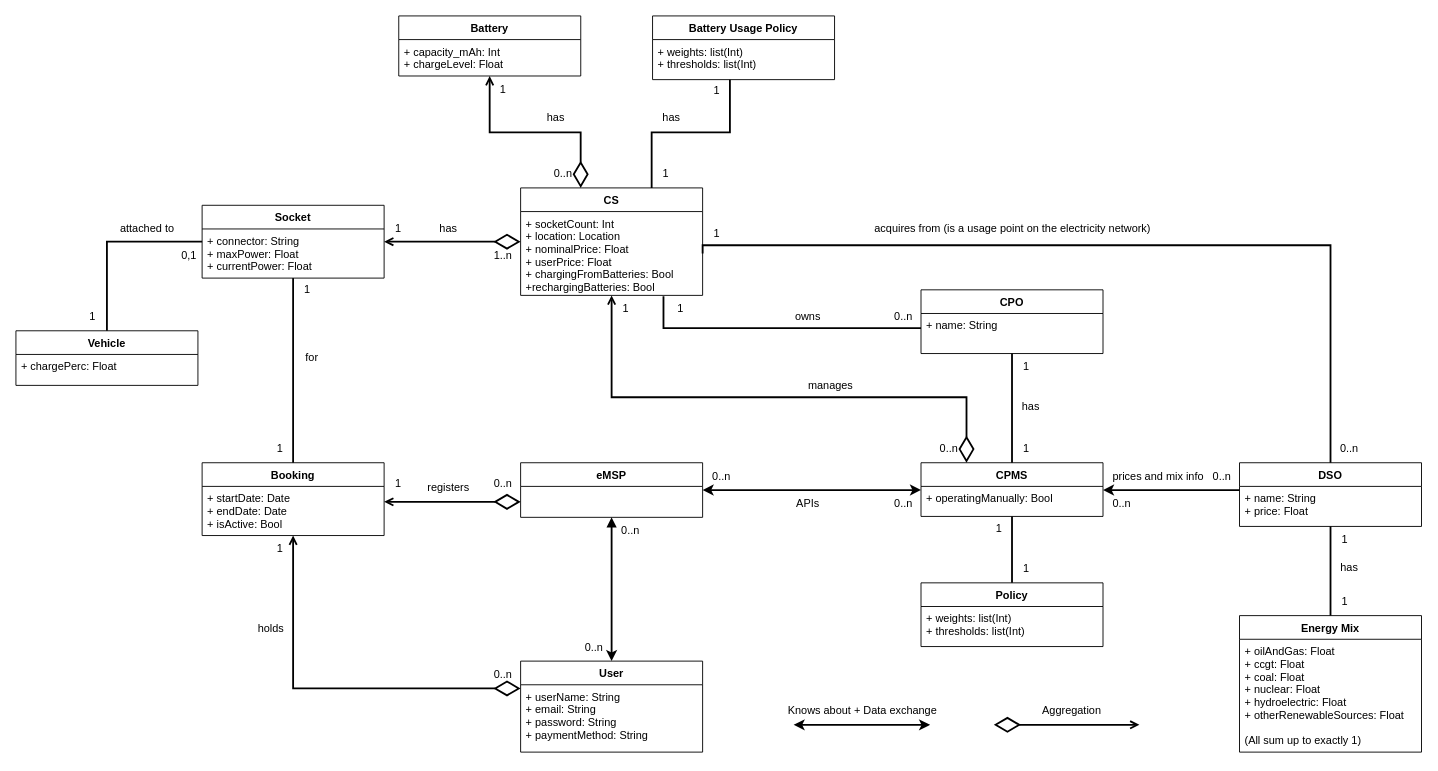
The draw.io diagram RASD/UML.drawio in EMJzero/SoftwareEngineeringII-project, before the edit. Source tidied: cells renumbered, new cells numbered last; positions are measured from the earlier drawing's top-left corner, leaving out a move shared by most shapes. Both pictures are drawn from the tidied source at 91%, with x=0, y=0 at pixel (15, 15).
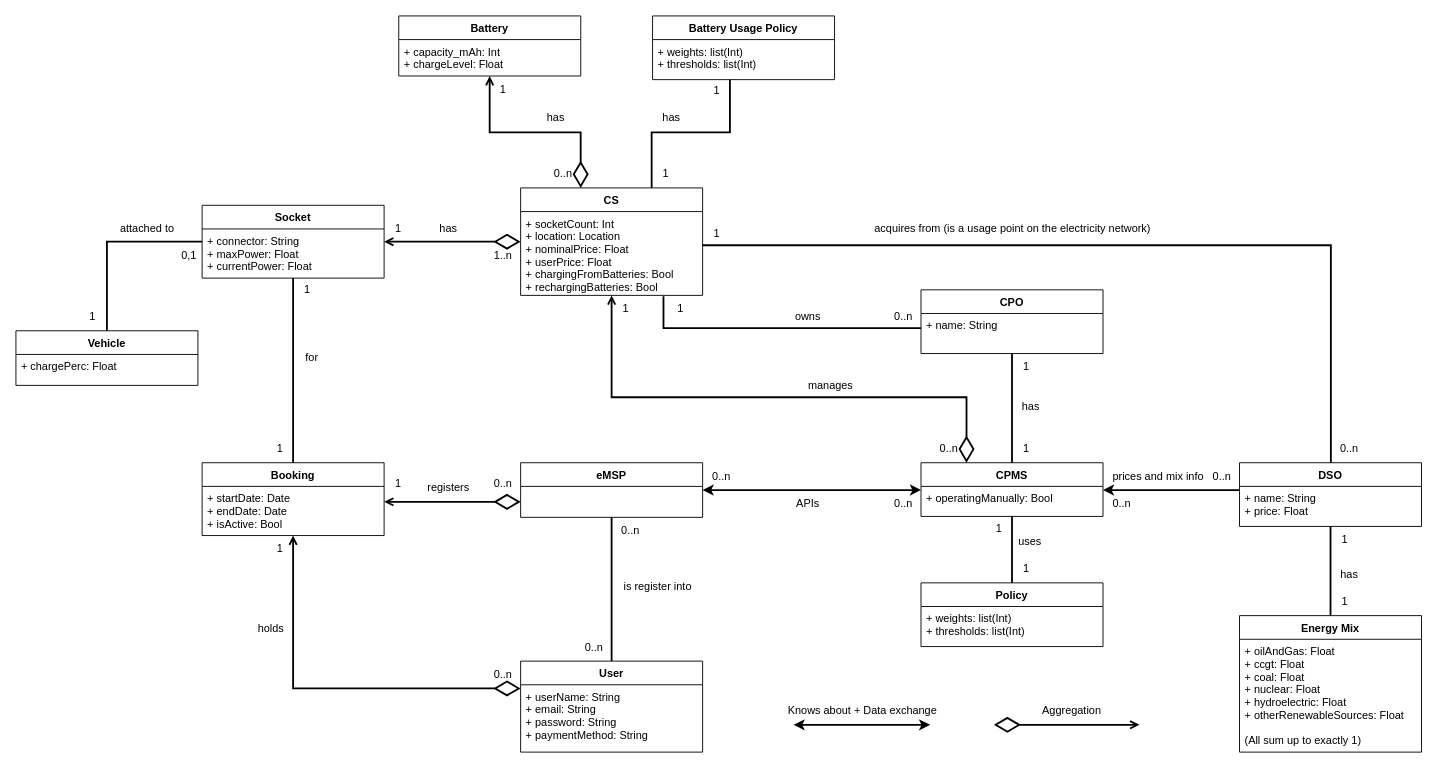
The same diagram, later.

The change refers to these unchanged cells:
```xml
<mxCell id="26" value="CS" style="swimlane;fontStyle=1;horizontal=1;startSize=26;fillColor=none;" parent="1" vertex="1">
  <mxGeometry x="554.6" y="189" width="200" height="118.1" as="geometry" />
</mxCell>
<mxCell id="32" value="DSO" style="swimlane;fontStyle=1;horizontal=1;startSize=26;fillColor=none;" parent="1" vertex="1">
  <mxGeometry x="1344.6" y="491" width="200" height="70" as="geometry" />
</mxCell>
```

What changed in the source:
```diff
@@
-    <mxCell id="8" style="endArrow=block;endFill=1;html=1;edgeStyle=orthogonalEdgeStyle;align=left;verticalAlign=top;rounded=0;strokeColor=default;strokeWidth=2;exitX=0.5;exitY=0;exitDx=0;exitDy=0;exitPerimeter=0;entryX=0.5;entryY=1;entryDx=0;entryDy=0;startArrow=classic;startFill=1;" parent="1" edge="1">
+    <mxCell id="8" style="endArrow=none;endFill=0;html=1;edgeStyle=orthogonalEdgeStyle;align=left;verticalAlign=top;rounded=0;strokeColor=default;strokeWidth=2;exitX=0.5;exitY=0;exitDx=0;exitDy=0;exitPerimeter=0;entryX=0.5;entryY=1;entryDx=0;entryDy=0;startArrow=none;startFill=0;" parent="1" edge="1">
       <mxGeometry x="-1" relative="1" as="geometry">
         <mxPoint x="654.6" y="709" as="sourcePoint" />
         <mxPoint x="654.6" y="551" as="targetPoint" />
       </mxGeometry>
     </mxCell>
@@
-    <mxCell id="27" value="+ socketCount: Int&#10;+ location: Location&#10;+ nominalPrice: Float&#10;+ userPrice: Float&#10;+ chargingFromBatteries: Bool&#10;+rechargingBatteries: Bool&#10;" style="text;strokeColor=none;fillColor=none;align=left;verticalAlign=top;spacingLeft=4;spacingRight=4;overflow=hidden;points=[[0,0.5],[1,0.5]];portConstraint=eastwest;" parent="26" vertex="1">
+    <mxCell id="27" value="+ socketCount: Int&#10;+ location: Location&#10;+ nominalPrice: Float&#10;+ userPrice: Float&#10;+ chargingFromBatteries: Bool&#10;+ rechargingBatteries: Bool&#10;" style="text;strokeColor=none;fillColor=none;align=left;verticalAlign=top;spacingLeft=4;spacingRight=4;overflow=hidden;points=[[0,0.5],[1,0.5]];portConstraint=eastwest;" parent="26" vertex="1">
       <mxGeometry y="26" width="200" height="92.1" as="geometry" />
     </mxCell>
@@
-    <mxCell id="61" style="edgeStyle=orthogonalEdgeStyle;rounded=0;jettySize=auto;html=1;strokeColor=default;strokeWidth=2;startArrow=none;startFill=0;endArrow=none;endFill=0;exitX=1;exitY=0.5;exitDx=0;exitDy=0;" parent="1" edge="1" source="27" target="32">
+    <mxCell id="61" style="edgeStyle=orthogonalEdgeStyle;rounded=0;jettySize=auto;html=1;strokeColor=default;strokeWidth=2;startArrow=none;startFill=0;endArrow=none;endFill=0;" parent="1" edge="1" source="27" target="32">
       <mxGeometry relative="1" as="geometry">
         <Array as="points">
-          <mxPoint x="1444.6" y="252" />
+          <mxPoint x="1445" y="252" />
         </Array>
       </mxGeometry>
     </mxCell>
@@
     <mxCell id="73" value="has" style="text;html=1;align=center;verticalAlign=middle;strokeColor=none;fillColor=none;" parent="1" vertex="1">
-      <mxGeometry x="1444.6" y="591" width="40" height="30" as="geometry" />
+      <mxGeometry x="1444.6" y="599" width="40" height="30" as="geometry" />
     </mxCell>
@@
+    <mxCell id="93" value="uses" style="text;html=1;align=center;verticalAlign=middle;strokeColor=none;fillColor=none;" parent="1" vertex="1">
+      <mxGeometry x="1089.6" y="563" width="49.2" height="29.5" as="geometry" />
+    </mxCell>
+    <mxCell id="94" value="is register into" style="text;html=1;align=center;verticalAlign=middle;strokeColor=none;fillColor=none;" parent="1" vertex="1">
+      <mxGeometry x="656.2" y="612.1" width="98.4" height="29.5" as="geometry" />
+    </mxCell>
```
